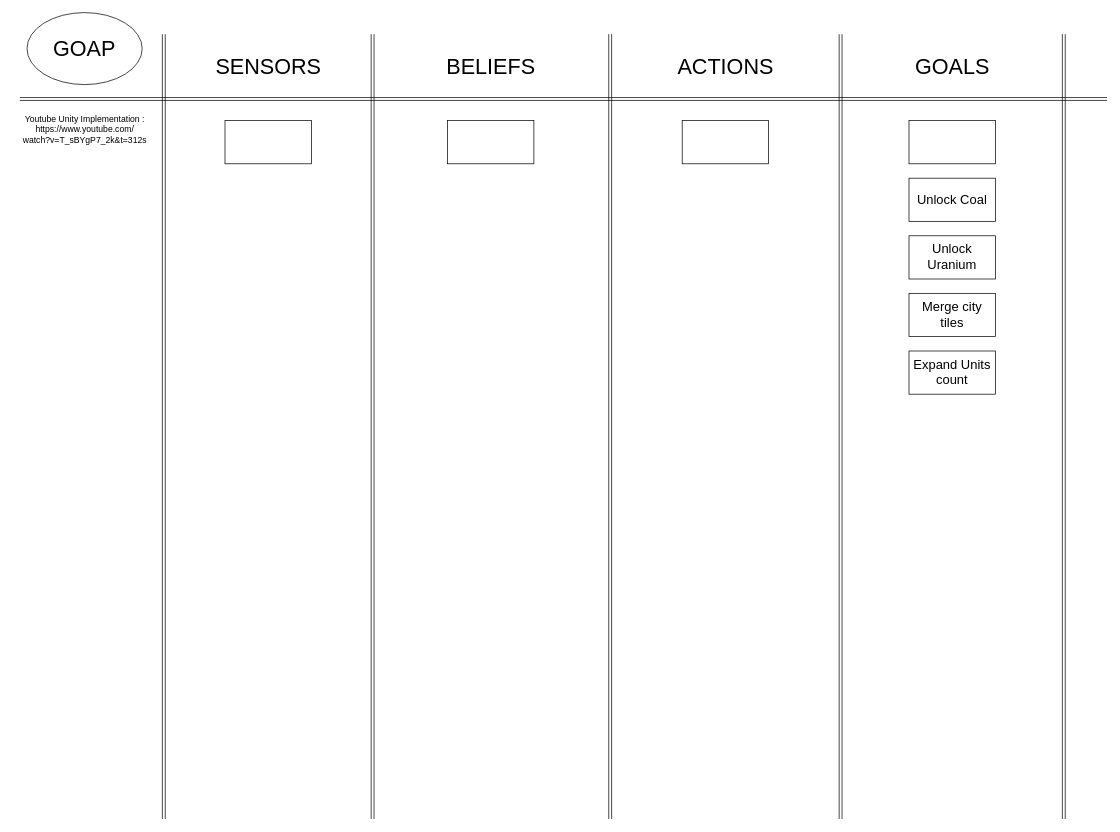
Above: page "Global" (2 of 6) of sources/lux.drawio in LouisViel/Lux-AI (draw.io), before the change. Source tidied: cells renumbered, new cells numbered last; positions are measured from the earlier drawing's top-left corner, leaving out a move shared by most shapes. Both pictures are drawn from the tidied source at 72%, with x=0, y=0 at pixel (12, 12).
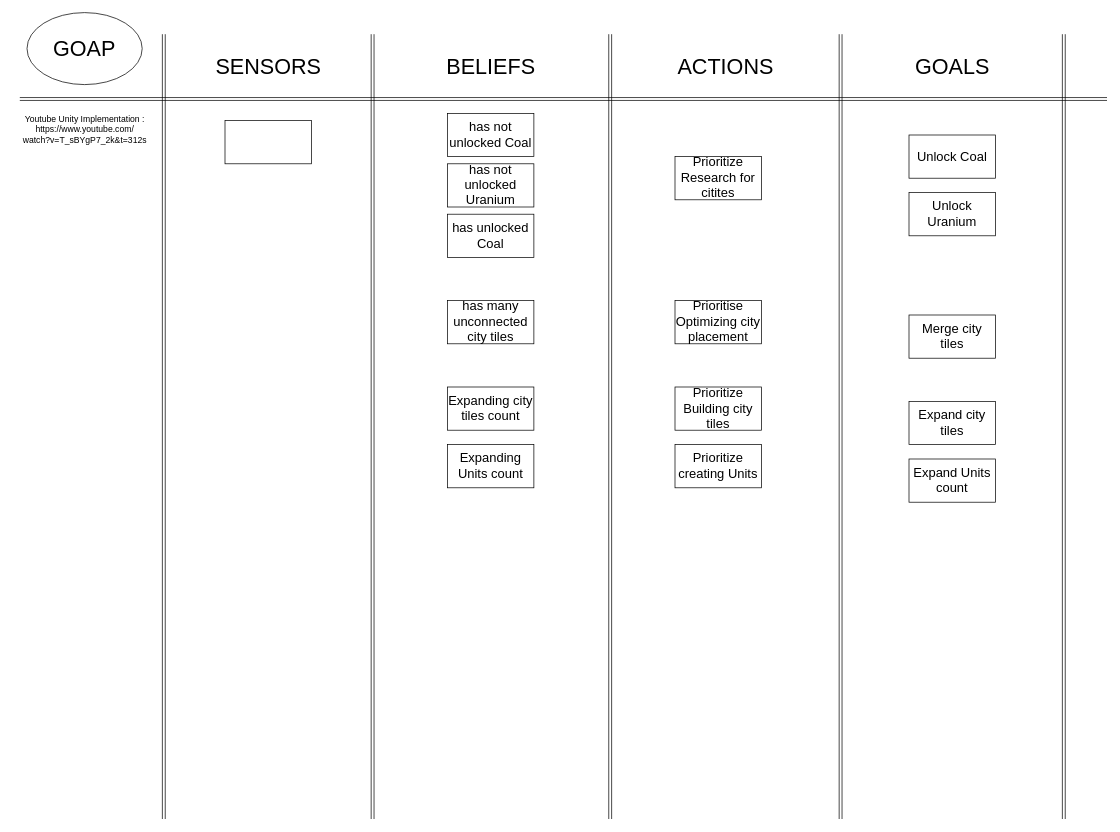
The same page after the edit.

What changed in the source:
```diff
@@
-    <mxCell id="12" style="whiteSpace=wrap;html=1;fontSize=18;labelBackgroundColor=none;" parent="1" vertex="1">
-      <mxGeometry x="604" y="150" width="120" height="60" as="geometry" />
+    <mxCell id="12" value="has unlocked Coal" style="whiteSpace=wrap;html=1;fontSize=18;labelBackgroundColor=none;" parent="1" vertex="1">
+      <mxGeometry x="604" y="280" width="120" height="60" as="geometry" />
     </mxCell>
-    <mxCell id="13" style="whiteSpace=wrap;html=1;fontSize=18;labelBackgroundColor=none;" parent="1" vertex="1">
-      <mxGeometry x="930" y="150" width="120" height="60" as="geometry" />
+    <mxCell id="13" value="Prioritize Research for citites" style="whiteSpace=wrap;html=1;fontSize=18;labelBackgroundColor=none;" parent="1" vertex="1">
+      <mxGeometry x="920" y="200" width="120" height="60" as="geometry" />
     </mxCell>
-    <mxCell id="14" style="whiteSpace=wrap;html=1;fontSize=18;labelBackgroundColor=none;" parent="1" vertex="1">
-      <mxGeometry x="1245" y="150" width="120" height="60" as="geometry" />
-    </mxCell>
@@
     <mxCell id="18" value="Unlock Coal" style="whiteSpace=wrap;html=1;fontSize=18;labelBackgroundColor=none;" parent="1" vertex="1">
-      <mxGeometry x="1245" y="230" width="120" height="60" as="geometry" />
+      <mxGeometry x="1245" y="170" width="120" height="60" as="geometry" />
     </mxCell>
     <mxCell id="19" value="Unlock Uranium" style="whiteSpace=wrap;html=1;fontSize=18;labelBackgroundColor=none;" parent="1" vertex="1">
-      <mxGeometry x="1245" y="310" width="120" height="60" as="geometry" />
+      <mxGeometry x="1245" y="250" width="120" height="60" as="geometry" />
     </mxCell>
     <mxCell id="20" value="Expand Units count" style="whiteSpace=wrap;html=1;fontSize=18;labelBackgroundColor=none;" parent="1" vertex="1">
-      <mxGeometry x="1245" y="470" width="120" height="60" as="geometry" />
+      <mxGeometry x="1245" y="620" width="120" height="60" as="geometry" />
     </mxCell>
     <mxCell id="21" value="Merge city tiles" style="whiteSpace=wrap;html=1;fontSize=18;labelBackgroundColor=none;" parent="1" vertex="1">
-      <mxGeometry x="1245" y="390" width="120" height="60" as="geometry" />
+      <mxGeometry x="1245" y="420" width="120" height="60" as="geometry" />
     </mxCell>
+    <mxCell id="22" value="Expand&amp;nbsp;city tiles" style="whiteSpace=wrap;html=1;fontSize=18;labelBackgroundColor=none;" parent="1" vertex="1">
+      <mxGeometry x="1245" y="540" width="120" height="60" as="geometry" />
+    </mxCell>
+    <mxCell id="23" value="has not unlocked Uranium" style="whiteSpace=wrap;html=1;fontSize=18;labelBackgroundColor=none;" parent="1" vertex="1">
+      <mxGeometry x="604" y="210" width="120" height="60" as="geometry" />
+    </mxCell>
+    <mxCell id="24" value="has not unlocked Coal" style="whiteSpace=wrap;html=1;fontSize=18;labelBackgroundColor=none;" parent="1" vertex="1">
+      <mxGeometry x="604" y="140" width="120" height="60" as="geometry" />
+    </mxCell>
+    <mxCell id="25" value="has many unconnected city tiles" style="whiteSpace=wrap;html=1;fontSize=18;labelBackgroundColor=none;" parent="1" vertex="1">
+      <mxGeometry x="604" y="400" width="120" height="60" as="geometry" />
+    </mxCell>
+    <mxCell id="26" value="Prioritise Optimizing city placement" style="whiteSpace=wrap;html=1;fontSize=18;labelBackgroundColor=none;" parent="1" vertex="1">
+      <mxGeometry x="920" y="400" width="120" height="60" as="geometry" />
+    </mxCell>
+    <mxCell id="27" value="Expanding city tiles count" style="whiteSpace=wrap;html=1;fontSize=18;labelBackgroundColor=none;" parent="1" vertex="1">
+      <mxGeometry x="604" y="520" width="120" height="60" as="geometry" />
+    </mxCell>
+    <mxCell id="28" value="Expanding Units count" style="whiteSpace=wrap;html=1;fontSize=18;labelBackgroundColor=none;" parent="1" vertex="1">
+      <mxGeometry x="604" y="600" width="120" height="60" as="geometry" />
+    </mxCell>
+    <mxCell id="29" value="Prioritize Building city tiles" style="whiteSpace=wrap;html=1;fontSize=18;labelBackgroundColor=none;" parent="1" vertex="1">
+      <mxGeometry x="920" y="520" width="120" height="60" as="geometry" />
+    </mxCell>
+    <mxCell id="30" value="Prioritize creating Units" style="whiteSpace=wrap;html=1;fontSize=18;labelBackgroundColor=none;" parent="1" vertex="1">
+      <mxGeometry x="920" y="600" width="120" height="60" as="geometry" />
+    </mxCell>
```
